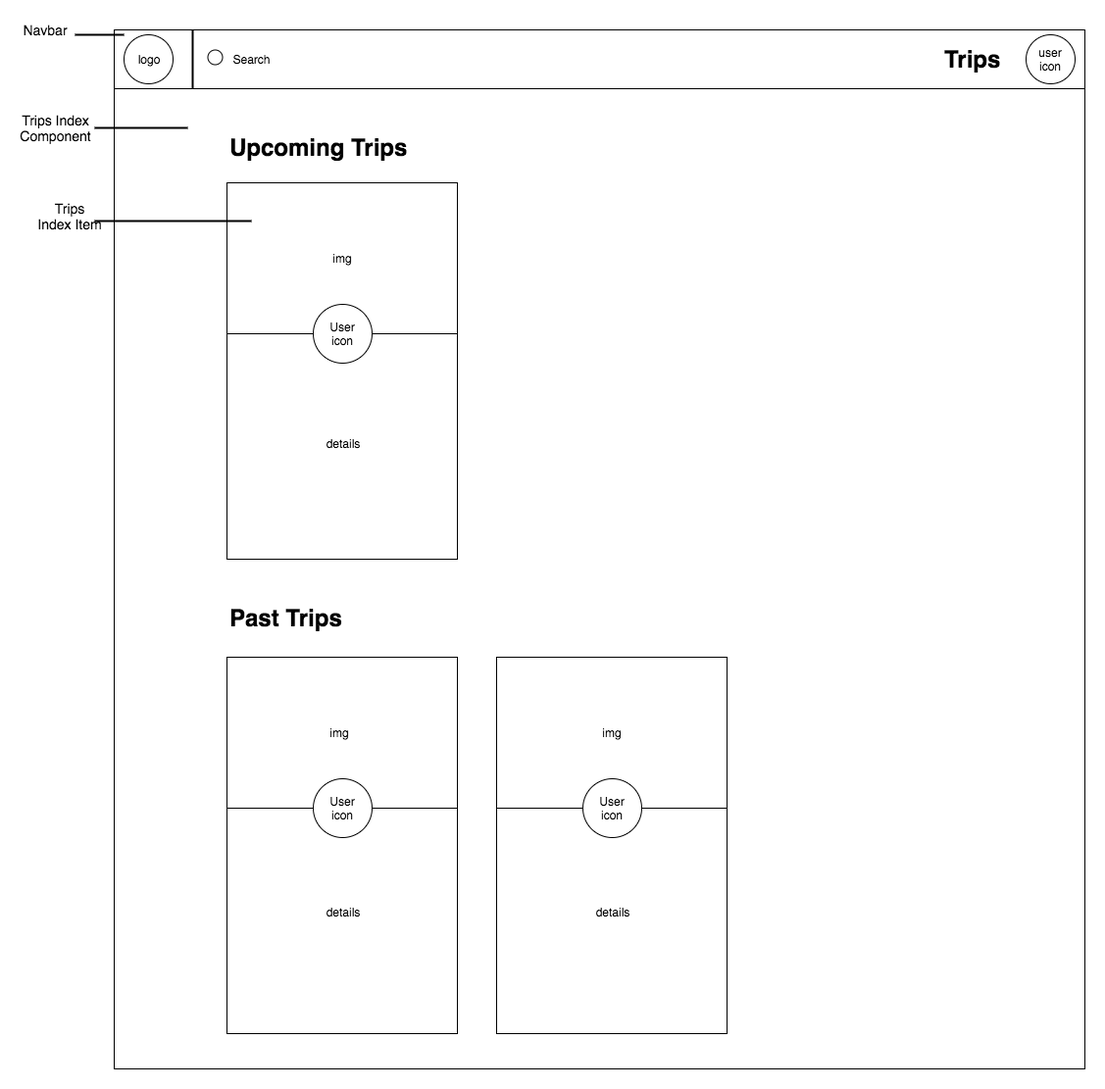
This is docs/wireframes/my-trips.png from aliciasavelly/Sharebnb, a draw.io export, as it was before one commit. Source tidied: cells renumbered, new cells last; positions are measured from the earlier drawing's top-left corner, leaving out a move shared by most shapes.
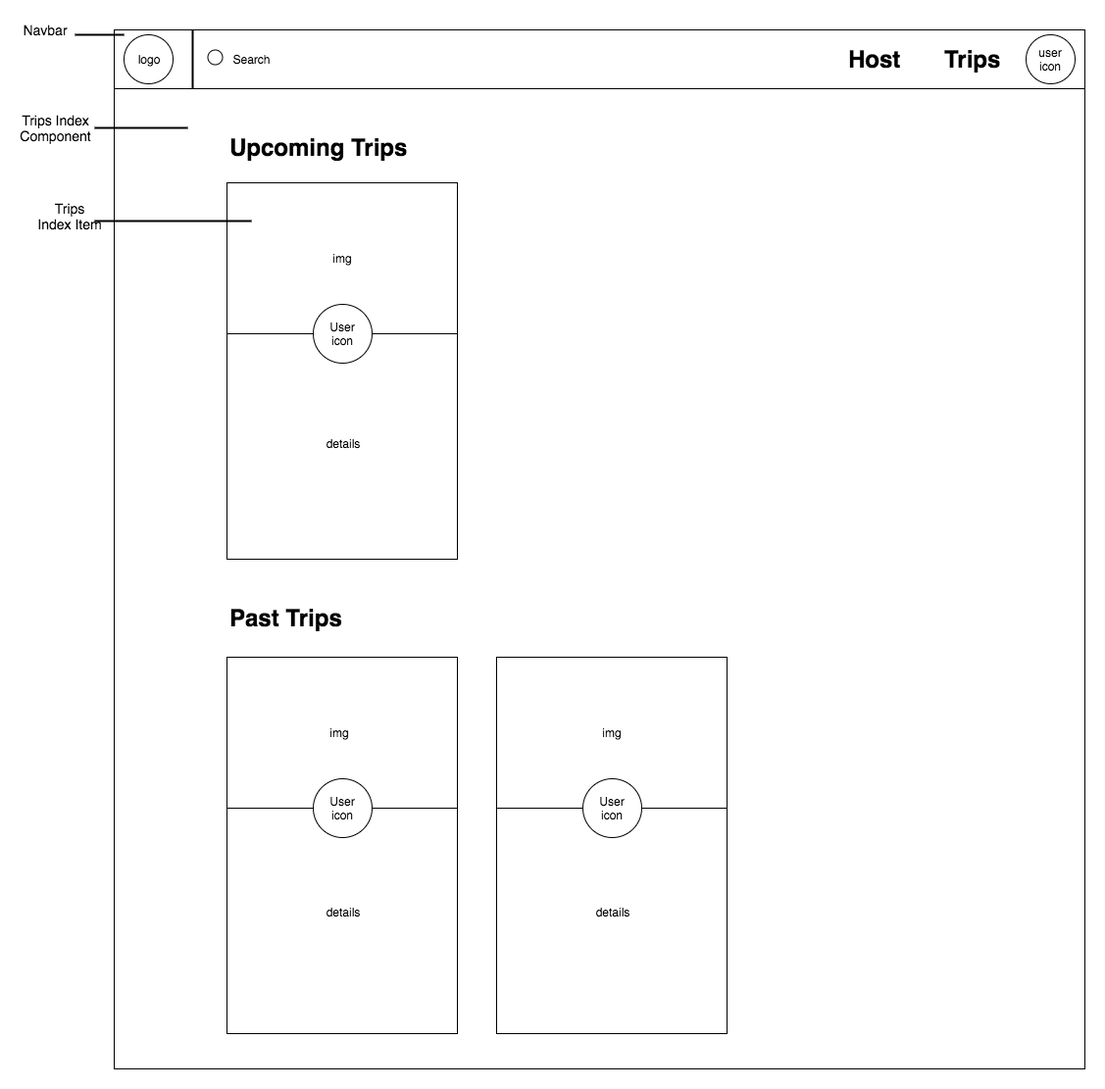
Later version of the same file.

The edit, as a diff of the source:
```diff
@@ -110,5 +110,8 @@
     <mxCell id="37" value="&lt;font style=&quot;font-size: 14px&quot;&gt;Trips Index Item&lt;/font&gt;" style="text;html=1;strokeColor=none;fillColor=none;align=center;verticalAlign=middle;whiteSpace=wrap;" parent="1" vertex="1">
       <mxGeometry x="10" y="190" width="70" height="20" as="geometry" />
     </mxCell>
+    <mxCell id="38" value="Host" style="text;html=1;fontSize=24;fontStyle=1;verticalAlign=middle;align=center;strokeWidth=1;" parent="1" vertex="1">
+      <mxGeometry x="815" y="20" width="100" height="40" as="geometry" />
+    </mxCell>
   </root>
 </mxGraphModel>
```
